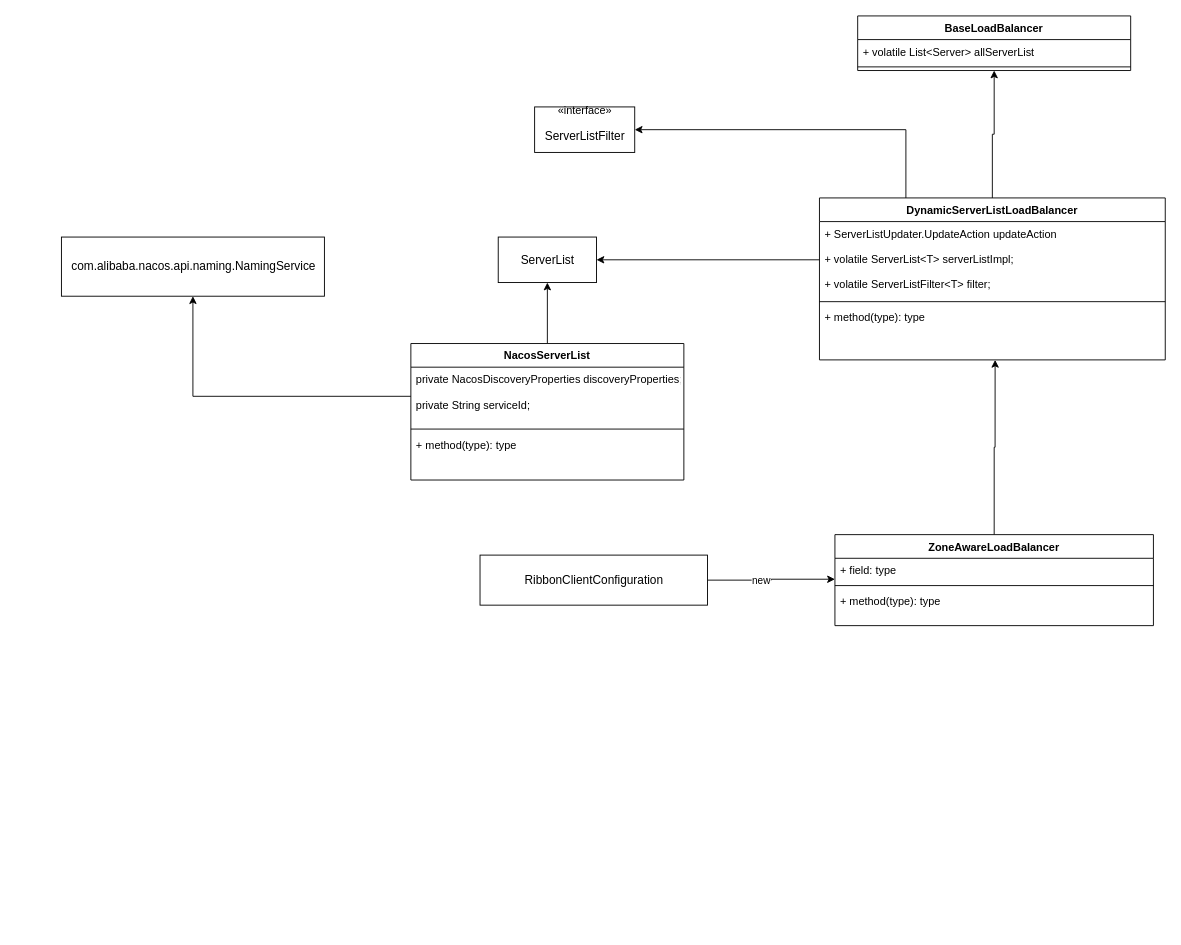
janecms/dev-tutorial keeps this draw.io diagram as ribbon.drawio. Above is the earlier version. Source tidied: cells renumbered, new cells numbered last; positions are measured from the earlier drawing's top-left corner, leaving out a move shared by most shapes. Both pictures are drawn from the tidied source at 91%, with x=0, y=0 at pixel (61, 15).
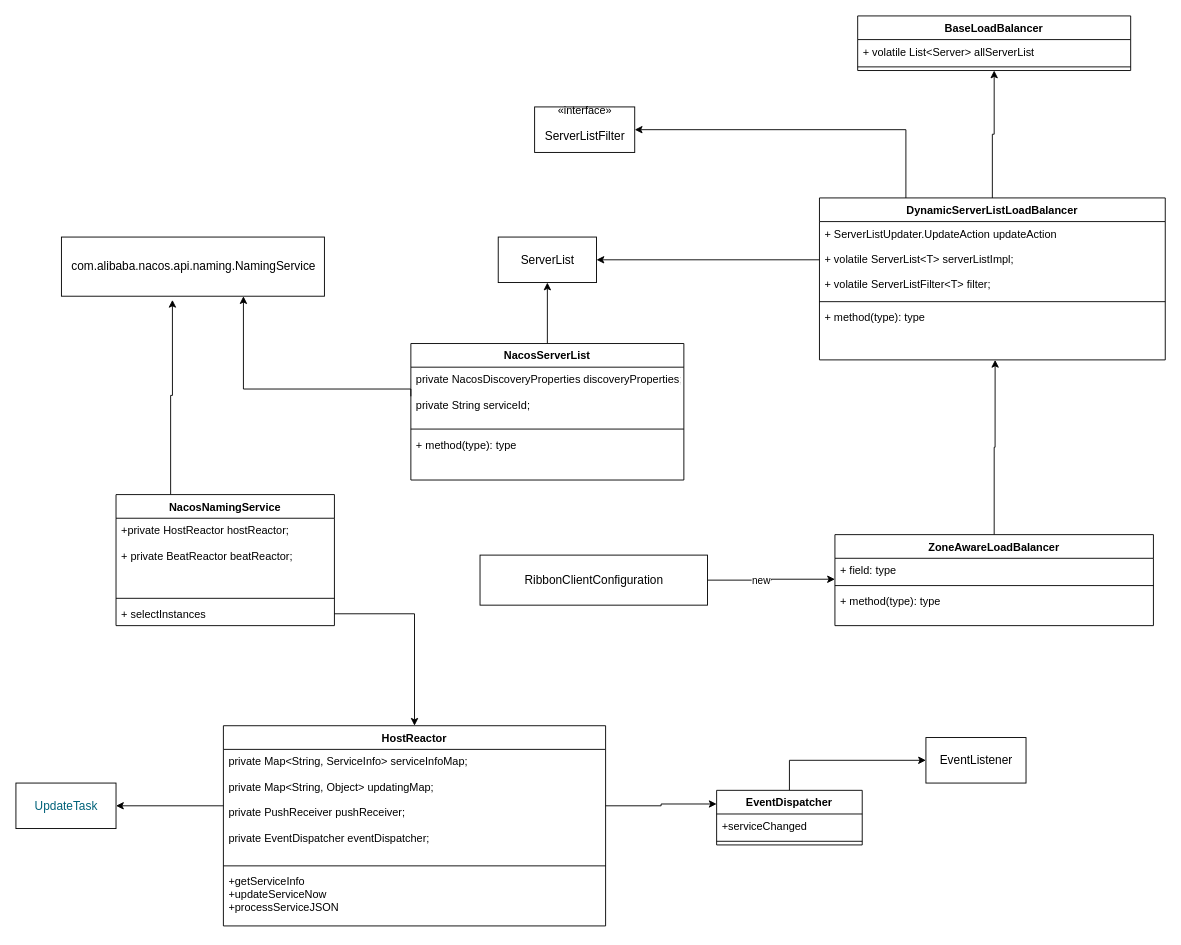
Above is the later version.

The change refers to these unchanged cells:
```xml
<mxCell id="20" value="private NacosDiscoveryProperties discoveryProperties;&#10;&#10;private String serviceId;" style="text;strokeColor=none;fillColor=none;align=left;verticalAlign=top;spacingLeft=4;spacingRight=4;overflow=hidden;points=[[0,0.5],[1,0.5]];portConstraint=eastwest;" parent="19" vertex="1">
  <mxGeometry y="26" width="300" height="64" as="geometry" />
</mxCell>
<mxCell id="23" value="&lt;pre style=&quot;background-color: rgb(255 , 255 , 255)&quot;&gt;&lt;font face=&quot;JetBrains Mono&quot;&gt;&lt;span style=&quot;font-size: 13.0667px&quot;&gt;com.alibaba.nacos.api.naming.NamingService&lt;/span&gt;&lt;/font&gt;&lt;font color=&quot;#080808&quot; face=&quot;JetBrains Mono&quot;&gt;&lt;span style=&quot;font-size: 9.8pt&quot;&gt;&lt;br&gt;&lt;/span&gt;&lt;/font&gt;&lt;/pre&gt;" style="html=1;" parent="1" vertex="1">
  <mxGeometry y="243" width="289" height="65" as="geometry" />
</mxCell>
```

The edit, as a diff of the source:
```diff
@@
-    <mxCell id="24" style="edgeStyle=orthogonalEdgeStyle;rounded=0;jettySize=auto;html=1;exitX=0;exitY=0.5;exitDx=0;exitDy=0;entryX=0.5;entryY=1;entryDx=0;entryDy=0;" parent="1" edge="1" source="20" target="23">
-      <mxGeometry relative="1" as="geometry" />
+    <mxCell id="24" style="edgeStyle=orthogonalEdgeStyle;rounded=0;jettySize=auto;html=1;exitX=0;exitY=0.5;exitDx=0;exitDy=0;" parent="1" edge="1" source="20" target="23">
+      <mxGeometry relative="1" as="geometry">
+        <Array as="points">
+          <mxPoint x="384" y="410" />
+          <mxPoint x="200" y="410" />
+        </Array>
+      </mxGeometry>
     </mxCell>
@@
+    <mxCell id="29" style="edgeStyle=orthogonalEdgeStyle;rounded=0;jettySize=auto;html=1;exitX=0.25;exitY=0;exitDx=0;exitDy=0;entryX=0.422;entryY=1.062;entryDx=0;entryDy=0;entryPerimeter=0;" parent="1" edge="1" source="30" target="23">
+      <mxGeometry relative="1" as="geometry" />
+    </mxCell>
+    <mxCell id="30" value="NacosNamingService" style="swimlane;fontStyle=1;align=center;verticalAlign=top;horizontal=1;startSize=26;" parent="1" vertex="1">
+      <mxGeometry x="60" y="526" width="240" height="144" as="geometry" />
+    </mxCell>
+    <mxCell id="31" value="+private HostReactor hostReactor;&#10;&#10;+ private BeatReactor beatReactor;" style="text;strokeColor=none;fillColor=none;align=left;verticalAlign=top;spacingLeft=4;spacingRight=4;overflow=hidden;" parent="30" vertex="1">
+      <mxGeometry y="26" width="240" height="84" as="geometry" />
+    </mxCell>
+    <mxCell id="32" style="line;strokeWidth=1;fillColor=none;align=left;verticalAlign=middle;spacingTop=-1;spacingLeft=3;spacingRight=3;labelPosition=right;" parent="30" vertex="1">
+      <mxGeometry y="110" width="240" height="8" as="geometry" />
+    </mxCell>
+    <mxCell id="33" value="+ selectInstances" style="text;strokeColor=none;fillColor=none;align=left;verticalAlign=top;spacingLeft=4;spacingRight=4;overflow=hidden;points=[[0,0.5],[1,0.5]];portConstraint=eastwest;" parent="30" vertex="1">
+      <mxGeometry y="118" width="240" height="26" as="geometry" />
+    </mxCell>
+    <mxCell id="34" style="edgeStyle=orthogonalEdgeStyle;rounded=0;jettySize=auto;html=1;exitX=1;exitY=0.5;exitDx=0;exitDy=0;" parent="1" edge="1" source="33" target="35">
+      <mxGeometry relative="1" as="geometry" />
+    </mxCell>
+    <mxCell id="35" value="HostReactor" style="swimlane;fontStyle=1;align=center;verticalAlign=top;horizontal=1;startSize=26;" parent="1" vertex="1">
+      <mxGeometry x="178" y="780" width="420" height="220" as="geometry" />
+    </mxCell>
+    <mxCell id="36" value="private Map&lt;String, ServiceInfo&gt; serviceInfoMap;&#10;&#10;private Map&lt;String, Object&gt; updatingMap;&#10;&#10;private PushReceiver pushReceiver;&#10;&#10;private EventDispatcher eventDispatcher;" style="text;strokeColor=none;fillColor=none;align=left;verticalAlign=top;spacingLeft=4;spacingRight=4;overflow=hidden;points=[[0,0.5],[1,0.5]];portConstraint=eastwest;" parent="35" vertex="1">
+      <mxGeometry y="26" width="420" height="124" as="geometry" />
+    </mxCell>
+    <mxCell id="37" style="line;strokeWidth=1;fillColor=none;align=left;verticalAlign=middle;spacingTop=-1;spacingLeft=3;spacingRight=3;labelPosition=right;" parent="35" vertex="1">
+      <mxGeometry y="150" width="420" height="8" as="geometry" />
+    </mxCell>
+    <mxCell id="38" value="+getServiceInfo&#10;+updateServiceNow&#10;+processServiceJSON" style="text;strokeColor=none;fillColor=none;align=left;verticalAlign=top;spacingLeft=4;spacingRight=4;overflow=hidden;" parent="35" vertex="1">
+      <mxGeometry y="158" width="420" height="62" as="geometry" />
+    </mxCell>
+    <mxCell id="39" value="&lt;pre style=&quot;background-color: #ffffff ; color: #080808 ; font-family: &amp;#34;jetbrains mono&amp;#34; ; font-size: 9.8pt&quot;&gt;&lt;span style=&quot;color: #000000&quot;&gt;EventListener&lt;/span&gt;&lt;/pre&gt;" style="html=1;" parent="1" vertex="1">
+      <mxGeometry x="950" y="793" width="110" height="50" as="geometry" />
+    </mxCell>
+    <mxCell id="40" style="edgeStyle=orthogonalEdgeStyle;rounded=0;jettySize=auto;html=1;entryX=0;entryY=0.5;entryDx=0;entryDy=0;exitX=0.5;exitY=0;exitDx=0;exitDy=0;" parent="1" edge="1" source="44" target="39">
+      <mxGeometry relative="1" as="geometry" />
+    </mxCell>
+    <mxCell id="41" style="edgeStyle=orthogonalEdgeStyle;rounded=0;jettySize=auto;html=1;exitX=1;exitY=0.5;exitDx=0;exitDy=0;entryX=0;entryY=0.25;entryDx=0;entryDy=0;" parent="1" edge="1" source="36" target="44">
+      <mxGeometry relative="1" as="geometry" />
+    </mxCell>
+    <mxCell id="42" value="&lt;pre style=&quot;background-color: #ffffff ; color: #080808 ; font-family: &amp;#34;jetbrains mono&amp;#34; ; font-size: 9.8pt&quot;&gt;&lt;span style=&quot;color: #00627a&quot;&gt;UpdateTask&lt;/span&gt;&lt;/pre&gt;" style="html=1;" parent="1" vertex="1">
+      <mxGeometry x="-50" y="843" width="110" height="50" as="geometry" />
+    </mxCell>
+    <mxCell id="43" style="edgeStyle=orthogonalEdgeStyle;rounded=0;jettySize=auto;html=1;exitX=0;exitY=0.5;exitDx=0;exitDy=0;entryX=1;entryY=0.5;entryDx=0;entryDy=0;" parent="1" edge="1" source="36" target="42">
+      <mxGeometry relative="1" as="geometry" />
+    </mxCell>
+    <mxCell id="44" value="EventDispatcher" style="swimlane;fontStyle=1;align=center;verticalAlign=top;horizontal=1;startSize=26;" parent="1" vertex="1">
+      <mxGeometry x="720" y="851" width="160" height="60" as="geometry" />
+    </mxCell>
+    <mxCell id="45" value="+serviceChanged" style="text;strokeColor=none;fillColor=none;align=left;verticalAlign=top;spacingLeft=4;spacingRight=4;overflow=hidden;" parent="44" vertex="1">
+      <mxGeometry y="26" width="160" height="26" as="geometry" />
+    </mxCell>
+    <mxCell id="46" style="line;strokeWidth=1;fillColor=none;align=left;verticalAlign=middle;spacingTop=-1;spacingLeft=3;spacingRight=3;labelPosition=right;" parent="44" vertex="1">
+      <mxGeometry y="52" width="160" height="8" as="geometry" />
+    </mxCell>
```
